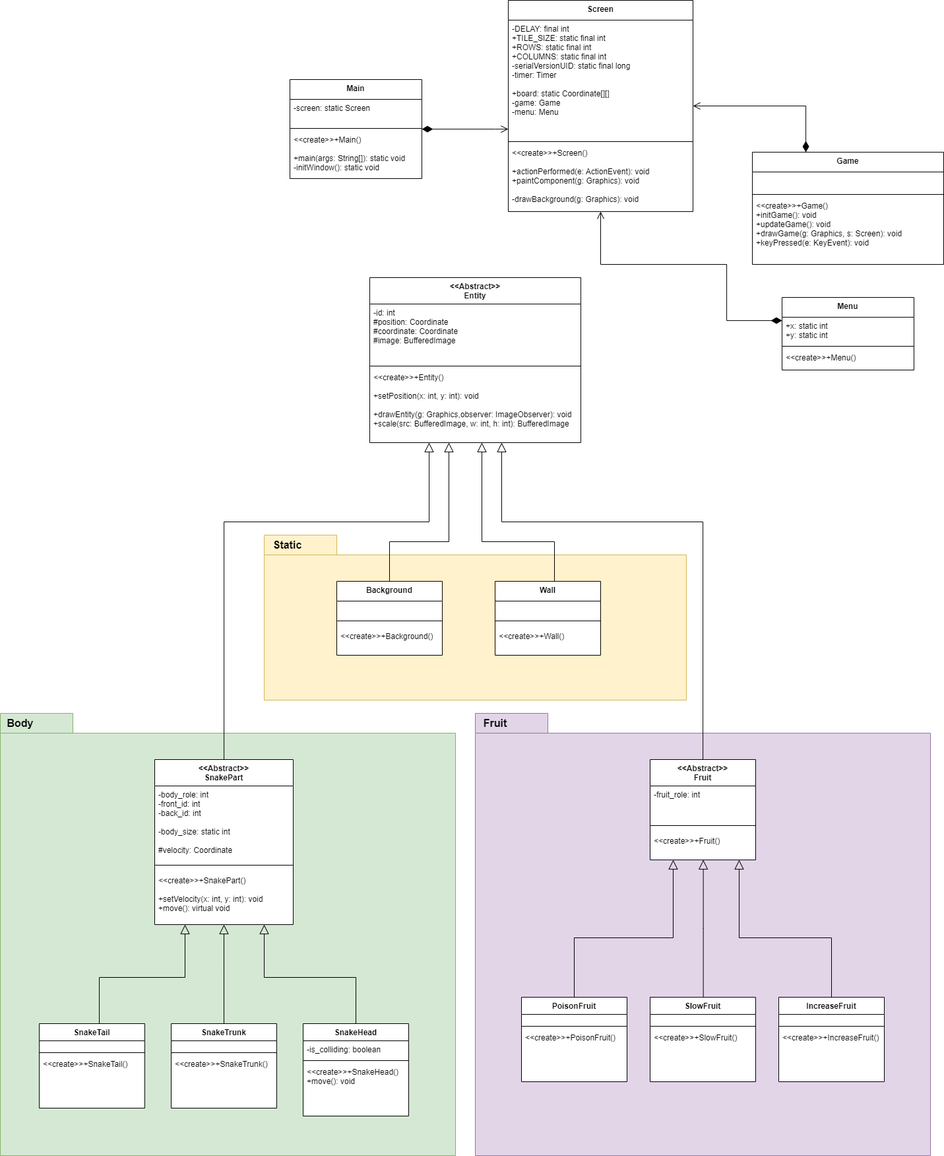
daniapc/snake-game keeps this draw.io diagram as snake-game-uml.drawio.png. Above is the earlier version. Source tidied: cells renumbered, new cells last; positions are measured from the earlier drawing's top-left corner, leaving out a move shared by most shapes.
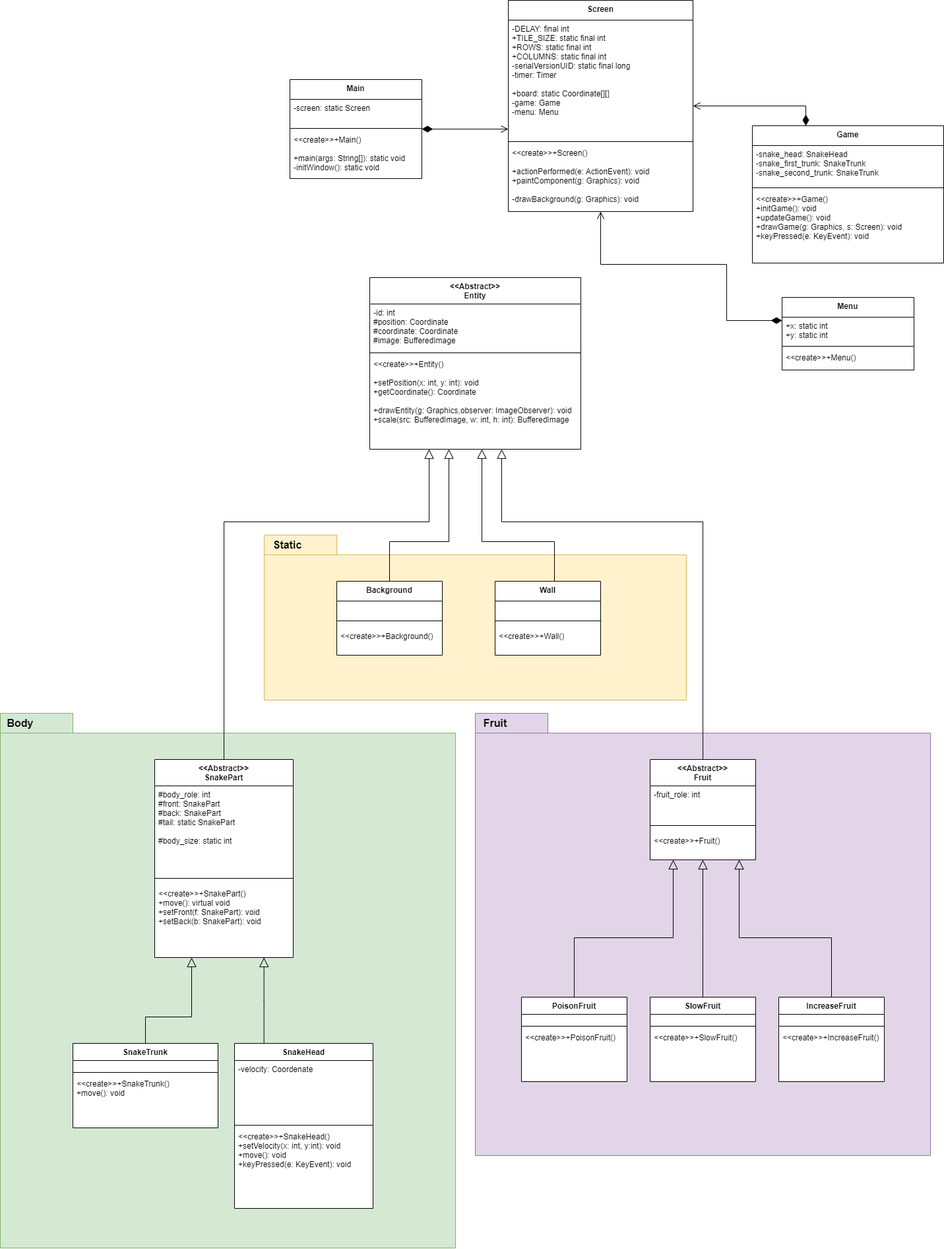
After the change.

Commit message:
Making body movement

What changed in the source:
```diff
@@ -3,90 +3,71 @@
     <mxCell id="0" />
     <mxCell id="1" parent="0" />
     <mxCell id="2" style="shape=folder;fontStyle=1;spacingTop=10;tabWidth=110;tabHeight=30;tabPosition=left;html=1;fillColor=#d5e8d4;strokeColor=#82b366;" parent="1" vertex="1">
-      <mxGeometry y="1080" width="690" height="670" as="geometry" />
+      <mxGeometry y="1080" width="690" height="810" as="geometry" />
     </mxCell>
     <mxCell id="3" value="&lt;&lt;Abstract&gt;&gt;&#10;Entity" style="swimlane;fontStyle=1;align=center;verticalAlign=top;horizontal=1;startSize=40;swimlaneFillColor=default;" parent="1" vertex="1">
-      <mxGeometry x="560" y="420" width="320" height="250" as="geometry" />
+      <mxGeometry x="560" y="420" width="320" height="260" as="geometry" />
     </mxCell>
     <mxCell id="4" value="-id: int&#10;#position: Coordinate&#10;#coordinate: Coordinate&#10;#image: BufferedImage" style="text;strokeColor=none;fillColor=none;align=left;verticalAlign=top;spacingLeft=4;spacingRight=4;overflow=hidden;" parent="3" vertex="1">
-      <mxGeometry y="40" width="320" height="90" as="geometry" />
+      <mxGeometry y="40" width="320" height="70" as="geometry" />
     </mxCell>
     <mxCell id="5" style="line;strokeWidth=1;fillColor=none;align=left;verticalAlign=middle;spacingTop=-1;spacingLeft=3;spacingRight=3;labelPosition=right;" parent="3" vertex="1">
-      <mxGeometry y="130" width="320" height="8" as="geometry" />
+      <mxGeometry y="110" width="320" height="8" as="geometry" />
     </mxCell>
-    <mxCell id="6" value="&lt;&lt;create&gt;&gt;+Entity()&#10;&#10;+setPosition(x: int, y: int): void&#10;&#10;+drawEntity(g: Graphics,observer: ImageObserver): void&#10;+scale(src: BufferedImage, w: int, h: int): BufferedImage&#10;" style="text;strokeColor=none;fillColor=none;align=left;verticalAlign=top;spacingLeft=4;spacingRight=4;overflow=hidden;points=[[0,0.5],[1,0.5]];portConstraint=eastwest;" parent="3" vertex="1">
-      <mxGeometry y="138" width="320" height="112" as="geometry" />
+    <mxCell id="6" value="&lt;&lt;create&gt;&gt;+Entity()&#10;&#10;+setPosition(x: int, y: int): void&#10;+getCoordinate(): Coordinate&#10;&#10;+drawEntity(g: Graphics,observer: ImageObserver): void&#10;+scale(src: BufferedImage, w: int, h: int): BufferedImage&#10;" style="text;strokeColor=none;fillColor=none;align=left;verticalAlign=top;spacingLeft=4;spacingRight=4;overflow=hidden;points=[[0,0.5],[1,0.5]];portConstraint=eastwest;" parent="3" vertex="1">
+      <mxGeometry y="118" width="320" height="142" as="geometry" />
     </mxCell>
     <mxCell id="7" value="&lt;&lt;Abstract&gt;&gt;&#10;SnakePart" style="swimlane;fontStyle=1;align=center;verticalAlign=top;horizontal=1;startSize=40;gradientColor=none;swimlaneFillColor=default;" parent="1" vertex="1">
-      <mxGeometry x="234" y="1150" width="210" height="250" as="geometry" />
+      <mxGeometry x="234" y="1150" width="210" height="300" as="geometry" />
     </mxCell>
-    <mxCell id="8" value="-body_role: int&#10;-front_id: int&#10;-back_id: int&#10;&#10;-body_size: static int&#10;&#10;#velocity: Coordinate&#10;" style="text;align=left;verticalAlign=top;spacingLeft=4;spacingRight=4;overflow=hidden;" parent="7" vertex="1">
-      <mxGeometry y="40" width="210" height="110" as="geometry" />
+    <mxCell id="8" value="#body_role: int&#10;#front: SnakePart&#10;#back: SnakePart&#10;#tail: static SnakePart&#10;&#10;#body_size: static int&#10;" style="text;align=left;verticalAlign=top;spacingLeft=4;spacingRight=4;overflow=hidden;" parent="7" vertex="1">
+      <mxGeometry y="40" width="210" height="130" as="geometry" />
     </mxCell>
     <mxCell id="9" style="line;strokeWidth=1;fillColor=none;align=left;verticalAlign=middle;spacingTop=-1;spacingLeft=3;spacingRight=3;labelPosition=right;" parent="7" vertex="1">
-      <mxGeometry y="150" width="210" height="20" as="geometry" />
+      <mxGeometry y="170" width="210" height="20" as="geometry" />
     </mxCell>
-    <mxCell id="10" value="&lt;&lt;create&gt;&gt;+SnakePart()&#10;&#10;+setVelocity(x: int, y: int): void&#10;+move(): virtual void" style="text;strokeColor=none;fillColor=none;align=left;verticalAlign=top;spacingLeft=4;spacingRight=4;overflow=hidden;points=[[0,0.5],[1,0.5]];portConstraint=eastwest;" parent="7" vertex="1">
-      <mxGeometry y="170" width="210" height="80" as="geometry" />
+    <mxCell id="10" value="&lt;&lt;create&gt;&gt;+SnakePart()&#10;+move(): virtual void&#10;+setFront(f: SnakePart): void&#10;+setBack(b: SnakePart): void" style="text;strokeColor=none;fillColor=none;align=left;verticalAlign=top;spacingLeft=4;spacingRight=4;overflow=hidden;points=[[0,0.5],[1,0.5]];portConstraint=eastwest;" parent="7" vertex="1">
+      <mxGeometry y="190" width="210" height="110" as="geometry" />
     </mxCell>
     <mxCell id="11" value="SnakeHead" style="swimlane;fontStyle=1;align=center;verticalAlign=top;horizontal=1;startSize=26;swimlaneFillColor=default;" parent="1" vertex="1">
-      <mxGeometry x="459" y="1550" width="160" height="140" as="geometry" />
+      <mxGeometry x="355" y="1580" width="210" height="250" as="geometry" />
     </mxCell>
-    <mxCell id="12" value="-is_colliding: boolean" style="text;strokeColor=none;fillColor=none;align=left;verticalAlign=top;spacingLeft=4;spacingRight=4;overflow=hidden;" parent="11" vertex="1">
-      <mxGeometry y="26" width="160" height="26" as="geometry" />
+    <mxCell id="12" value="-velocity: Coordenate" style="text;strokeColor=none;fillColor=none;align=left;verticalAlign=top;spacingLeft=4;spacingRight=4;overflow=hidden;" parent="11" vertex="1">
+      <mxGeometry y="26" width="210" height="94" as="geometry" />
     </mxCell>
     <mxCell id="13" style="line;strokeWidth=1;fillColor=none;align=left;verticalAlign=middle;spacingTop=-1;spacingLeft=3;spacingRight=3;labelPosition=right;" parent="11" vertex="1">
-      <mxGeometry y="52" width="160" height="8" as="geometry" />
+      <mxGeometry y="120" width="210" height="8" as="geometry" />
     </mxCell>
-    <mxCell id="14" value="&lt;&lt;create&gt;&gt;+SnakeHead()&#10;+move(): void" style="text;strokeColor=none;fillColor=none;align=left;verticalAlign=top;spacingLeft=4;spacingRight=4;overflow=hidden;" parent="11" vertex="1">
-      <mxGeometry y="60" width="160" height="80" as="geometry" />
+    <mxCell id="14" value="&lt;&lt;create&gt;&gt;+SnakeHead()&#10;+setVelocity(x: int, y:int): void&#10;+move(): void&#10;+keyPressed(e: KeyEvent): void" style="text;strokeColor=none;fillColor=none;align=left;verticalAlign=top;spacingLeft=4;spacingRight=4;overflow=hidden;" parent="11" vertex="1">
+      <mxGeometry y="128" width="210" height="122" as="geometry" />
     </mxCell>
     <mxCell id="15" value="SnakeTrunk" style="swimlane;fontStyle=1;align=center;verticalAlign=top;horizontal=1;startSize=26;swimlaneFillColor=default;" parent="1" vertex="1">
-      <mxGeometry x="259" y="1550" width="160" height="128" as="geometry" />
+      <mxGeometry x="110" y="1580" width="220" height="128" as="geometry" />
     </mxCell>
     <mxCell id="16" value=" " style="text;strokeColor=none;fillColor=none;align=left;verticalAlign=top;spacingLeft=4;spacingRight=4;overflow=hidden;" parent="15" vertex="1">
-      <mxGeometry y="26" width="160" height="14" as="geometry" />
+      <mxGeometry y="26" width="220" height="14" as="geometry" />
     </mxCell>
     <mxCell id="17" style="line;strokeWidth=1;fillColor=none;align=left;verticalAlign=middle;spacingTop=-1;spacingLeft=3;spacingRight=3;labelPosition=right;" parent="15" vertex="1">
-      <mxGeometry y="40" width="160" height="8" as="geometry" />
+      <mxGeometry y="40" width="220" height="8" as="geometry" />
     </mxCell>
-    <mxCell id="18" value="&lt;&lt;create&gt;&gt;+SnakeTrunk()" style="text;strokeColor=none;fillColor=none;align=left;verticalAlign=top;spacingLeft=4;spacingRight=4;overflow=hidden;" parent="15" vertex="1">
-      <mxGeometry y="48" width="160" height="80" as="geometry" />
+    <mxCell id="18" value="&lt;&lt;create&gt;&gt;+SnakeTrunk()&#10;+move(): void&#10;" style="text;strokeColor=none;fillColor=none;align=left;verticalAlign=top;spacingLeft=4;spacingRight=4;overflow=hidden;" parent="15" vertex="1">
+      <mxGeometry y="48" width="220" height="80" as="geometry" />
     </mxCell>
-    <mxCell id="19" value="SnakeTail" style="swimlane;fontStyle=1;align=center;verticalAlign=top;horizontal=1;startSize=26;swimlaneFillColor=default;" parent="1" vertex="1">
-      <mxGeometry x="59" y="1550" width="160" height="128" as="geometry" />
-    </mxCell>
-    <mxCell id="20" value=" " style="text;strokeColor=none;fillColor=none;align=left;verticalAlign=top;spacingLeft=4;spacingRight=4;overflow=hidden;" parent="19" vertex="1">
-      <mxGeometry y="26" width="160" height="14" as="geometry" />
-    </mxCell>
-    <mxCell id="21" style="line;strokeWidth=1;fillColor=none;align=left;verticalAlign=middle;spacingTop=-1;spacingLeft=3;spacingRight=3;labelPosition=right;" parent="19" vertex="1">
-      <mxGeometry y="40" width="160" height="8" as="geometry" />
-    </mxCell>
-    <mxCell id="22" value="&lt;&lt;create&gt;&gt;+SnakeTail()" style="text;strokeColor=none;fillColor=none;align=left;verticalAlign=top;spacingLeft=4;spacingRight=4;overflow=hidden;" parent="19" vertex="1">
-      <mxGeometry y="48" width="160" height="80" as="geometry" />
-    </mxCell>
-    <mxCell id="23" style="endArrow=none;html=1;rounded=0;entryX=0.5;entryY=0;entryDx=0;entryDy=0;startArrow=block;startFill=0;endSize=6;startSize=12;edgeStyle=orthogonalEdgeStyle;" parent="1" edge="1" source="10" target="11">
-      <mxGeometry relative="1" as="geometry">
-        <Array as="points">
-          <mxPoint x="400" y="1480" />
-          <mxPoint x="539" y="1480" />
-        </Array>
-      </mxGeometry>
+    <mxCell id="23" style="endArrow=none;html=1;rounded=0;startArrow=block;startFill=0;endSize=6;startSize=12;edgeStyle=elbowEdgeStyle;" parent="1" edge="1" source="10" target="11">
+      <mxGeometry relative="1" as="geometry" />
     </mxCell>
     <mxCell id="24" style="endArrow=none;html=1;edgeStyle=elbowEdgeStyle;rounded=0;entryX=0.5;entryY=0;entryDx=0;entryDy=0;startArrow=block;startFill=0;endSize=6;startSize=12;elbow=vertical;" parent="1" edge="1" source="10" target="15">
-      <mxGeometry relative="1" as="geometry" />
+      <mxGeometry relative="1" as="geometry">
+        <Array as="points">
+          <mxPoint x="290" y="1540" />
+          <mxPoint x="290" y="1510" />
+          <mxPoint x="290" y="1490" />
+        </Array>
+      </mxGeometry>
     </mxCell>
     <mxCell id="25" style="shape=folder;fontStyle=1;spacingTop=10;tabWidth=110;tabHeight=30;tabPosition=left;html=1;fillColor=#e1d5e7;strokeColor=#9673a6;" parent="1" vertex="1">
       <mxGeometry x="720" y="1080" width="690" height="670" as="geometry" />
     </mxCell>
-    <mxCell id="26" style="endArrow=none;html=1;rounded=0;startArrow=block;startFill=0;endSize=6;startSize=12;edgeStyle=orthogonalEdgeStyle;" parent="1" edge="1" source="10" target="19">
-      <mxGeometry relative="1" as="geometry">
-        <Array as="points">
-          <mxPoint x="280" y="1480" />
-          <mxPoint x="150" y="1480" />
-        </Array>
-      </mxGeometry>
-    </mxCell>
     <mxCell id="27" value="&lt;b&gt;&lt;font style=&quot;font-size: 16px;&quot;&gt;Body&lt;/font&gt;&lt;/b&gt;" style="text;html=1;align=center;verticalAlign=middle;strokeColor=none;fillColor=none;" parent="1" vertex="1">
       <mxGeometry y="1080" width="60" height="30" as="geometry" />
     </mxCell>
@@ -257,16 +238,16 @@
       </mxGeometry>
     </mxCell>
     <mxCell id="71" value="Game" style="swimlane;fontStyle=1;align=center;verticalAlign=top;horizontal=1;startSize=30;swimlaneFillColor=default;" parent="1" vertex="1">
-      <mxGeometry x="1140" y="230" width="290" height="170" as="geometry" />
+      <mxGeometry x="1140" y="190" width="290" height="208" as="geometry" />
     </mxCell>
-    <mxCell id="72" value=" " style="text;strokeColor=none;fillColor=none;align=left;verticalAlign=top;spacingLeft=4;spacingRight=4;overflow=hidden;" parent="71" vertex="1">
-      <mxGeometry y="30" width="290" height="30" as="geometry" />
+    <mxCell id="72" value="-snake_head: SnakeHead&#10;-snake_first_trunk: SnakeTrunk&#10;-snake_second_trunk: SnakeTrunk" style="text;strokeColor=none;fillColor=none;align=left;verticalAlign=top;spacingLeft=4;spacingRight=4;overflow=hidden;" parent="71" vertex="1">
+      <mxGeometry y="30" width="290" height="60" as="geometry" />
     </mxCell>
     <mxCell id="73" style="line;strokeWidth=1;fillColor=none;align=left;verticalAlign=middle;spacingTop=-1;spacingLeft=3;spacingRight=3;labelPosition=right;" parent="71" vertex="1">
-      <mxGeometry y="60" width="290" height="8" as="geometry" />
+      <mxGeometry y="90" width="290" height="8" as="geometry" />
     </mxCell>
     <mxCell id="74" value="&lt;&lt;create&gt;&gt;+Game()&#10;+initGame(): void&#10;+updateGame(): void&#10;+drawGame(g: Graphics, s: Screen): void&#10;+keyPressed(e: KeyEvent): void" style="text;strokeColor=none;fillColor=none;align=left;verticalAlign=top;spacingLeft=4;spacingRight=4;overflow=hidden;" parent="71" vertex="1">
-      <mxGeometry y="68" width="290" height="102" as="geometry" />
+      <mxGeometry y="98" width="290" height="110" as="geometry" />
     </mxCell>
     <mxCell id="75" value="Menu" style="swimlane;fontStyle=1;align=center;verticalAlign=top;horizontal=1;startSize=30;swimlaneFillColor=default;" parent="1" vertex="1">
       <mxGeometry x="1185" y="450" width="200" height="110" as="geometry" />
```
